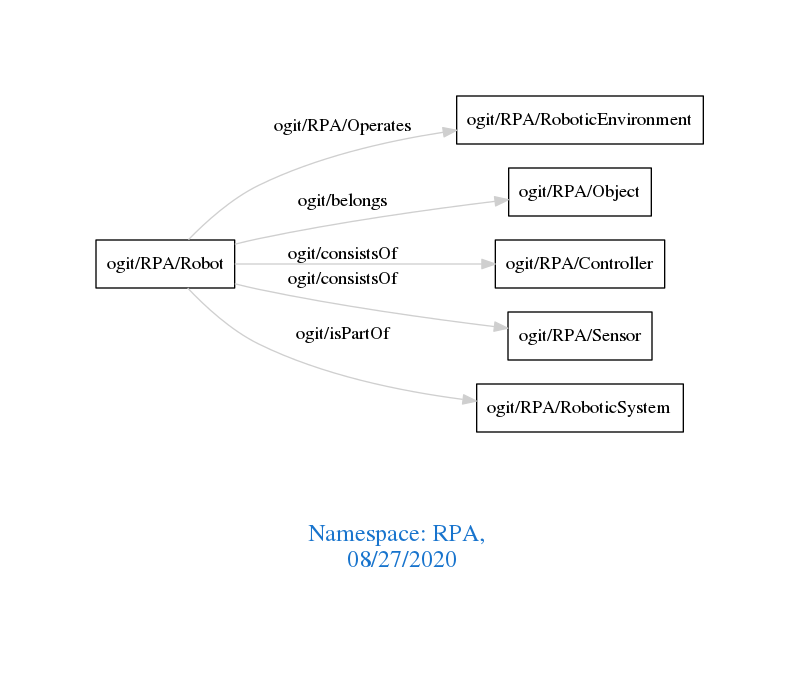
The Graphviz diagram downloads/RPA.png in arago/OGIT, before a commit. Its source is kept beside it as downloads/RPA.dot.
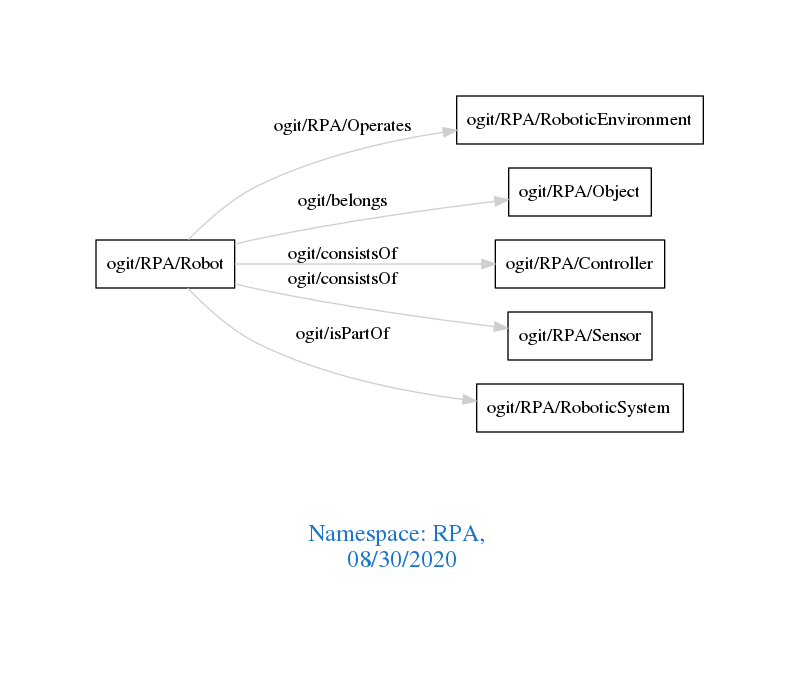
The same file after the commit.

Change to the diagram source:
```diff
@@ -1,7 +1,7 @@
 digraph OGIT_ontology {
  graph [ rankdir= LR,pad=1
 fontsize = 18,
-fontcolor= dodgerblue3,label = "\n\n\nNamespace: RPA, \n 08/27/2020"];
+fontcolor= dodgerblue3,label = "\n\n\nNamespace: RPA, \n 08/30/2020"];
 node[shape=polygon];
 edge [  color="gray81"];
 
```
